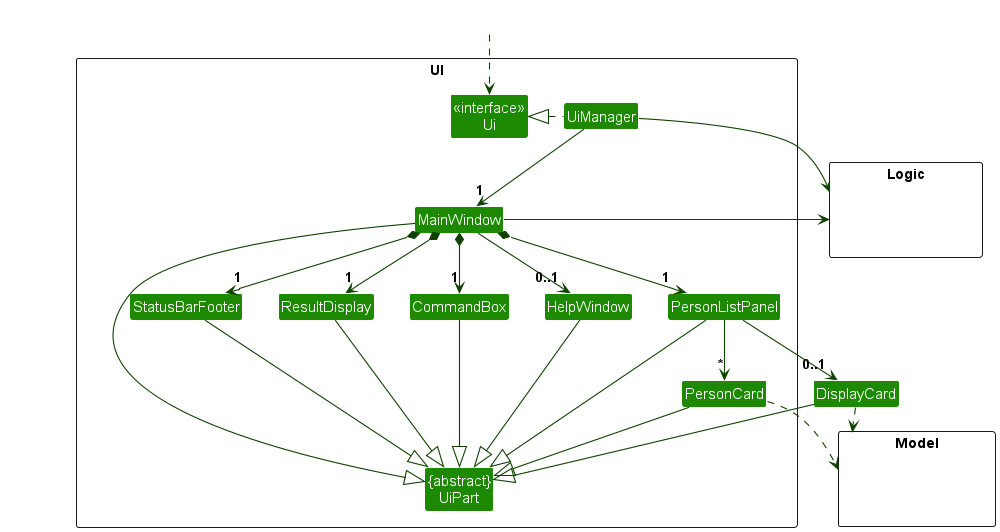
The PlantUML diagram docs/images/UiClassDiagram.png in NewtonKoh/tp, before a commit.
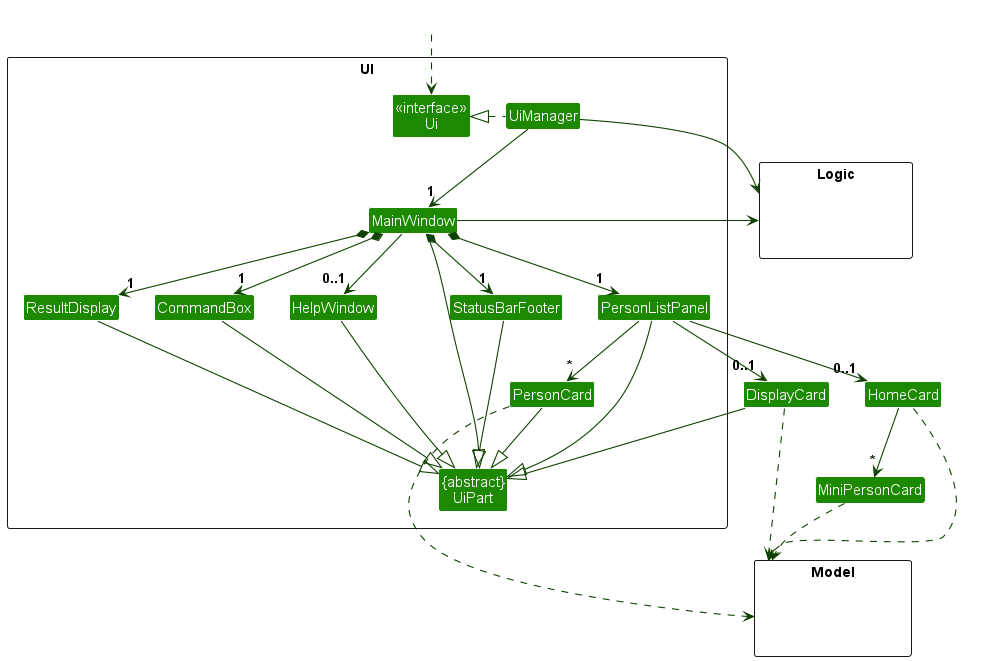
Later version of the same file.

Diff of the diagram source:
```diff
@@ -38,6 +38,8 @@
 
 PersonListPanel -down-> "*" PersonCard
 PersonListPanel -down-> "0..1" DisplayCard
+PersonListPanel -down-> "0..1" HomeCard
+HomeCard -down-> "*" MiniPersonCard
 
 MainWindow -left-|> UiPart
 
@@ -51,6 +53,8 @@
 
 PersonCard ..> Model
 DisplayCard ..> Model
+HomeCard ..> Model
+MiniPersonCard ..> Model
 UiManager -right-> Logic
 MainWindow -left-> Logic
 
```
